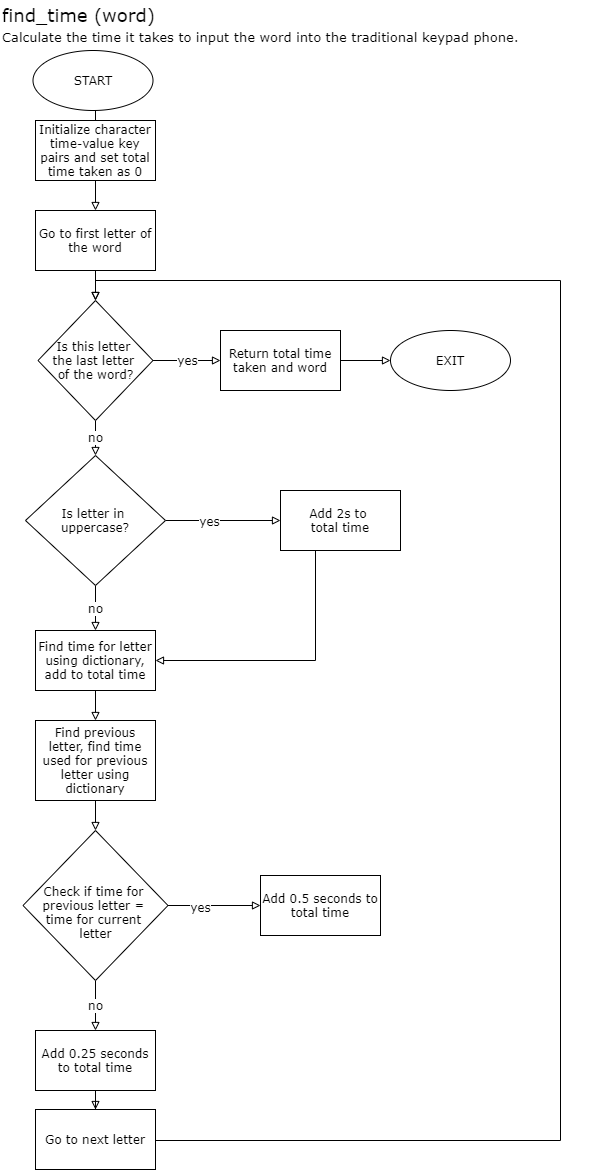
This is P1/flowchart.drawio.png from prachee-n16/Waterloo-Engineering-Competition-Programming-Category, a draw.io export, as it was before one commit. Source tidied: cells renumbered, new cells last; positions are measured from the earlier drawing's top-left corner, leaving out a move shared by most shapes.
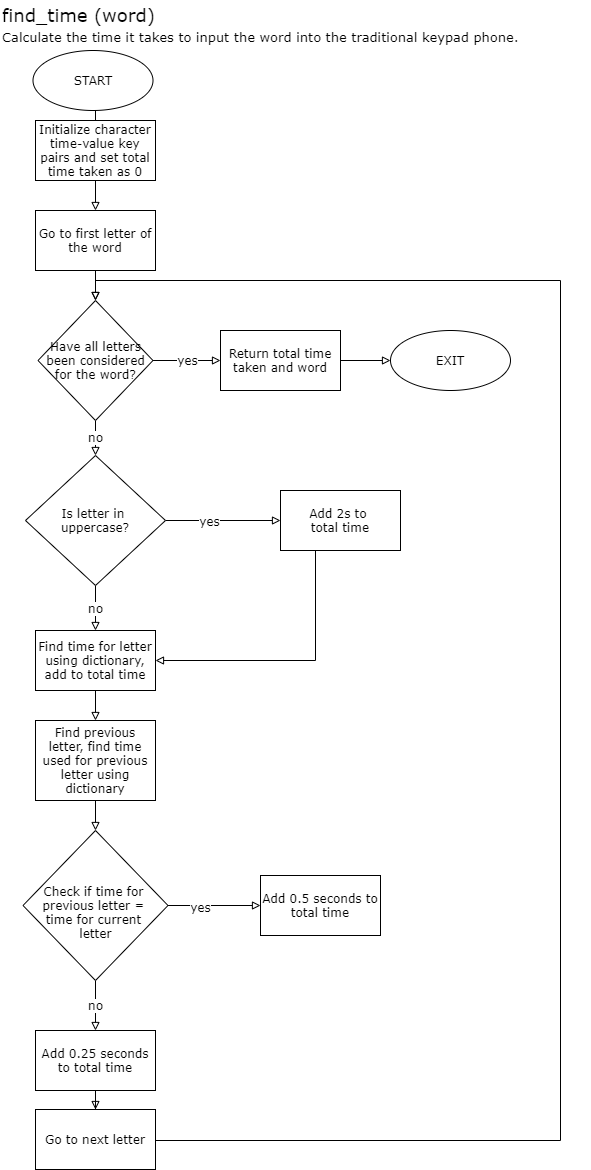
Later version of the same file.

Diff of the diagram source:
```diff
@@ -84,7 +84,7 @@
     <mxCell id="27" value="yes" style="edgeStyle=orthogonalEdgeStyle;rounded=0;jettySize=auto;html=1;fontFamily=Verdana;fontSize=12;endArrow=block;endFill=0;" parent="1" edge="1" source="28" target="32">
       <mxGeometry relative="1" as="geometry" />
     </mxCell>
-    <mxCell id="28" value="Is this letter &lt;br&gt;the last letter &lt;br&gt;of the word?" style="rhombus;whiteSpace=wrap;html=1;rounded=0;fontFamily=Verdana;" parent="1" vertex="1">
+    <mxCell id="28" value="Have all letters been considered for the word?" style="rhombus;whiteSpace=wrap;html=1;rounded=0;fontFamily=Verdana;" parent="1" vertex="1">
       <mxGeometry x="37.5" y="300" width="115" height="120" as="geometry" />
     </mxCell>
     <mxCell id="29" style="edgeStyle=orthogonalEdgeStyle;rounded=0;jettySize=auto;html=1;fontFamily=Verdana;fontSize=12;endArrow=block;endFill=0;entryX=0.5;entryY=0;entryDx=0;entryDy=0;" parent="1" edge="1" source="30" target="28">
```
